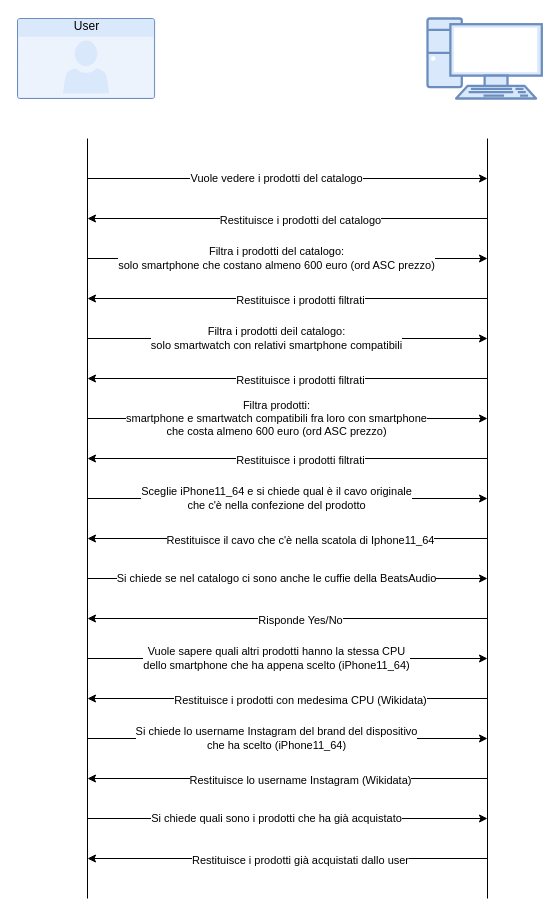
Before: Documenti/Images/iteration_schema.drawio in federicotorrielli/yapo, a draw.io diagram. Source tidied: cells renumbered, new cells numbered last; positions are measured from the earlier drawing's top-left corner, leaving out a move shared by most shapes. Both pictures are drawn from the tidied source at 100%, with x=0, y=0 at pixel (17, 18).
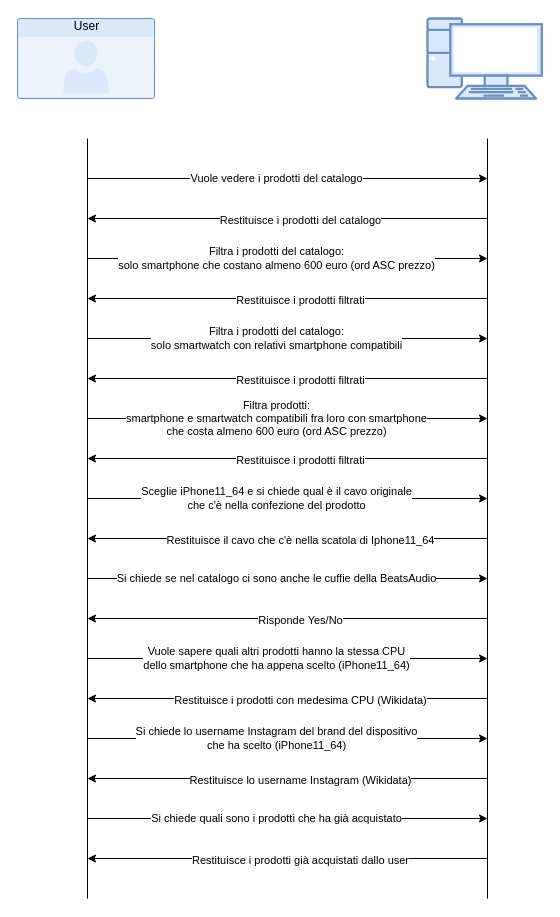
After the change.

Unchanged cells that the change refers to:
```xml
<mxCell id="10" style="endArrow=classic;html=1;" parent="1" edge="1">
  <mxGeometry relative="1" as="geometry">
    <mxPoint x="70" y="320" as="sourcePoint" />
    <mxPoint x="470" y="320" as="targetPoint" />
  </mxGeometry>
</mxCell>
```

The edit, as a diff of the source:
```diff
@@
-    <mxCell id="11" value="Filtra i prodotti deil catalogo:&lt;br&gt;solo smartwatch con relativi smartphone compatibili" style="edgeLabel;html=1;align=center;verticalAlign=middle;" parent="10" vertex="1">
+    <mxCell id="11" value="Filtra i prodotti del catalogo:&lt;br&gt;solo smartwatch con relativi smartphone compatibili" style="edgeLabel;html=1;align=center;verticalAlign=middle;" parent="10" vertex="1">
       <mxGeometry x="-0.06" y="1" relative="1" as="geometry" />
     </mxCell>
```
